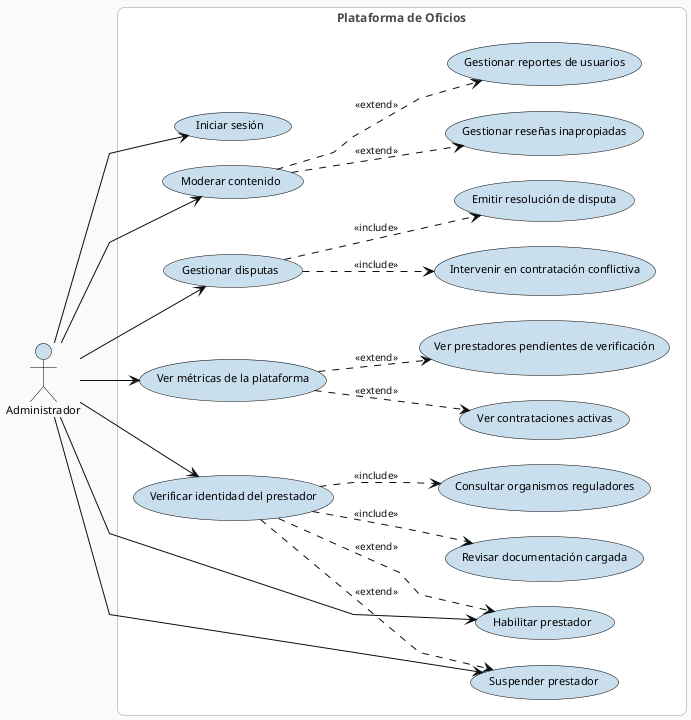
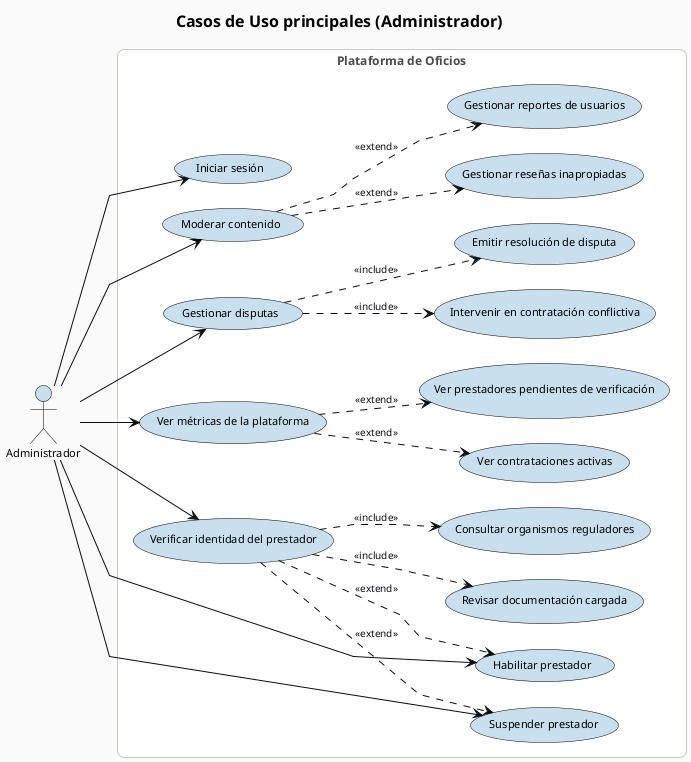
@startuml
- 
+ title Casos de Uso principales (Administrador)
left to right direction
- skinparam linetype polyline

' === Modern soft theme ===
skinparam backgroundColor #FAFAFA
skinparam defaultFontName Helvetica
skinparam defaultFontSize 11
skinparam titleFontSize 16
skinparam titleFontStyle bold
skinparam shadowing false
skinparam roundCorner 14
skinparam nodesep 25
skinparam ranksep 40
skinparam linetype polyline

skinparam usecase {
    BackgroundColor       #C9DFEE
    BorderColor           #000000
    FontColor             #000000
    FontName              Helvetica
    FontSize              11
}

skinparam actor {
    BackgroundColor       #C9DFEE
    BorderColor           #000000
    FontColor             #000000
    FontName              Helvetica
    FontSize              11
}

skinparam rectangle {
    BackgroundColor #FFFFFF
    BorderColor     #C9C9BE
    FontColor       #4A4A48
    FontStyle       bold
    FontSize        12
}

skinparam arrow {
    Color     #090D10
    FontColor #090D10
    FontSize  10
    Thickness 1
}

skinparam note {
    BackgroundColor #FFF8E1
    BorderColor     #C9B05E
    FontColor       #3A2E0A
}

actor "Administrador" as admin

rectangle "Plataforma de Oficios" {
    usecase "Iniciar sesión" as iniciarSesion

    usecase "Moderar contenido" as moderarContenido
    usecase "Gestionar reseñas inapropiadas" as gestionarResenas
    usecase "Gestionar reportes de usuarios" as gestionarReportes

    usecase "Gestionar disputas" as gestionarDisputas
    usecase "Intervenir en contratación conflictiva" as intervenirContratacion
    usecase "Emitir resolución de disputa" as emitirResolucion

    usecase "Ver métricas de la plataforma" as verMetricas
    usecase "Ver contrataciones activas" as verContratacionesActivas
    usecase "Ver prestadores pendientes de verificación" as verPrestadoresPendientes

    usecase "Verificar identidad del prestador" as verificarIdentidadPrestador
    usecase "Revisar documentación cargada" as revisarDocumentacion
    usecase "Consultar organismos reguladores" as consultarOrganismos
    usecase "Habilitar prestador" as habilitarPrestador
    usecase "Suspender prestador" as suspenderPrestador
}

admin --> iniciarSesion
admin --> verificarIdentidadPrestador
admin --> habilitarPrestador
admin --> suspenderPrestador
admin --> moderarContenido
admin --> gestionarDisputas
admin --> verMetricas

verificarIdentidadPrestador ..> revisarDocumentacion : <<include>>
verificarIdentidadPrestador ..> consultarOrganismos : <<include>>
verificarIdentidadPrestador ..> habilitarPrestador : <<extend>>
verificarIdentidadPrestador ..> suspenderPrestador : <<extend>>

moderarContenido ..> gestionarResenas : <<extend>>
moderarContenido ..> gestionarReportes : <<extend>>

gestionarDisputas ..> intervenirContratacion : <<include>>
gestionarDisputas ..> emitirResolucion : <<include>>

verMetricas ..> verContratacionesActivas : <<extend>>
verMetricas ..> verPrestadoresPendientes : <<extend>>

@enduml